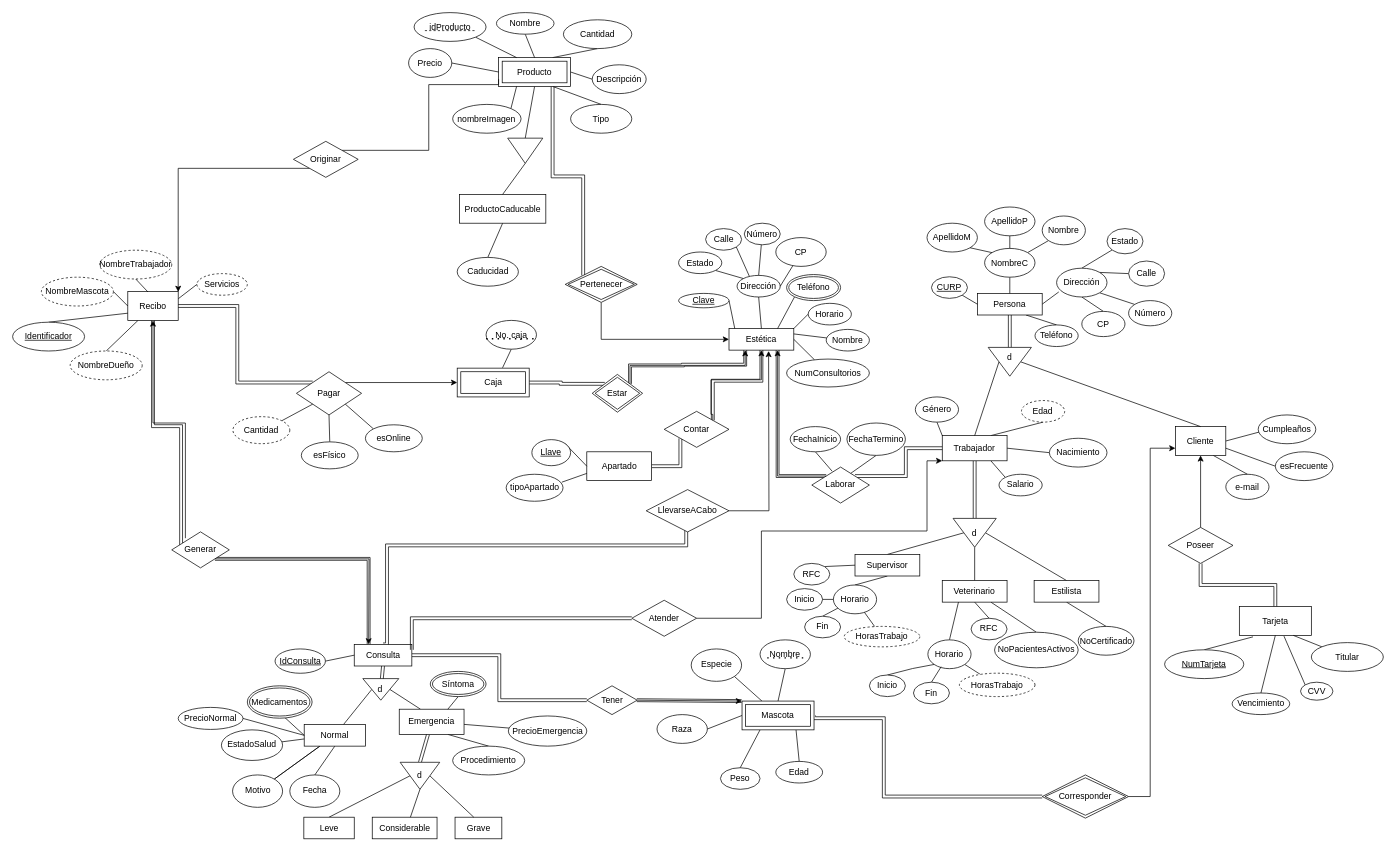
The draw.io diagram ERAlfa.drawio in FBD-Alfa/Practica03, before the edit. Source tidied: cells renumbered, new cells numbered last; positions are measured from the earlier drawing's top-left corner, leaving out a move shared by most shapes. Both pictures are drawn from the tidied source at 72%, with x=0, y=0 at pixel (12, 12).
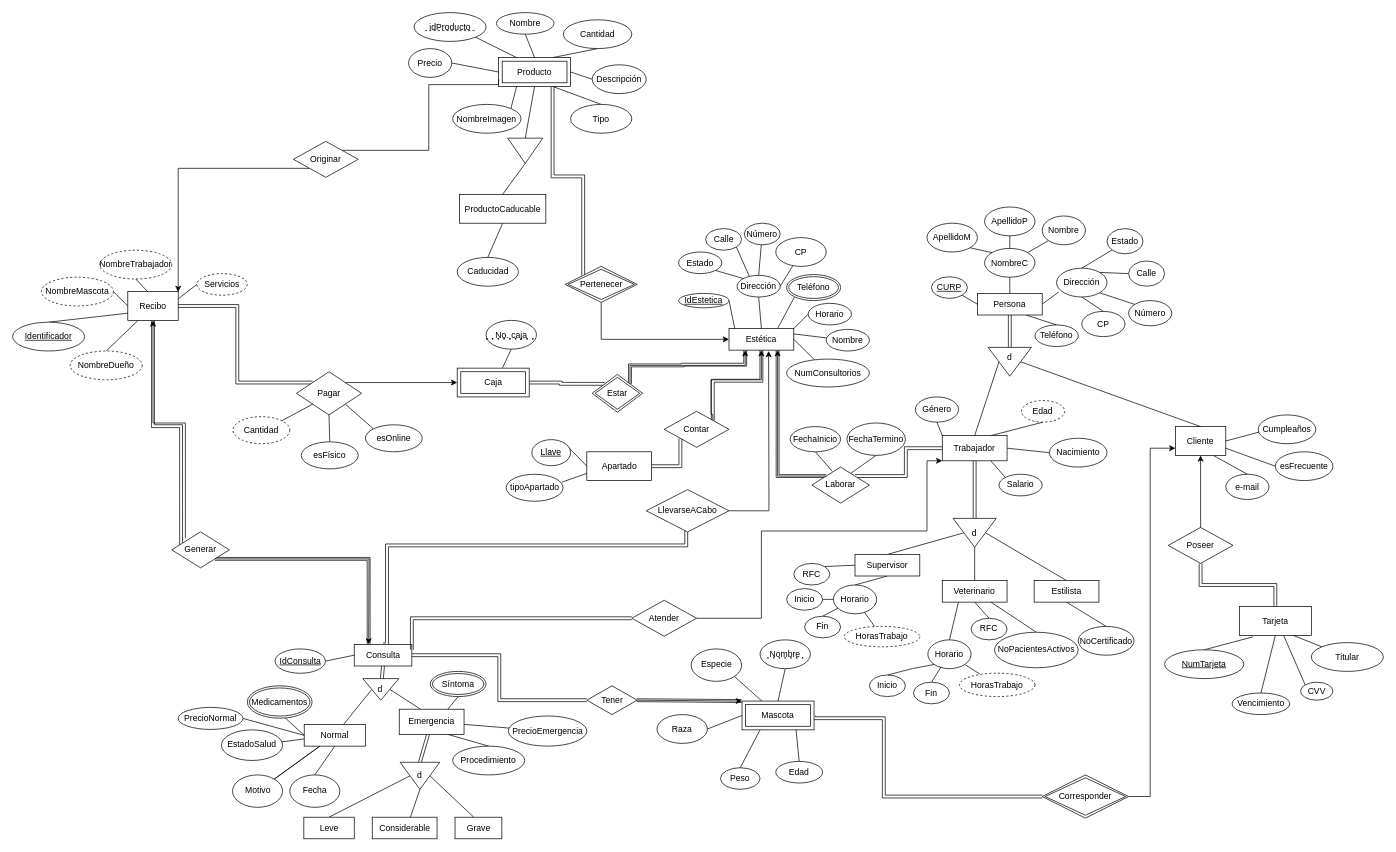
The same page after the edit.

Commit message:
Atributos de una sola palabra 2

Change to the diagram source:
```diff
@@
-    <mxCell id="84" value="Clave" style="ellipse;whiteSpace=wrap;html=1;align=center;fontStyle=4;" parent="1" vertex="1">
+    <mxCell id="84" value="IdEstetica" style="ellipse;whiteSpace=wrap;html=1;align=center;fontStyle=4;" parent="1" vertex="1">
       <mxGeometry x="925" y="390" width="70" height="20" as="geometry" />
     </mxCell>
@@
-    <mxCell id="185" value="&lt;div&gt;nombreImagen&lt;/div&gt;" style="ellipse;whiteSpace=wrap;html=1;align=center;" parent="1" vertex="1">
+    <mxCell id="185" value="&lt;div&gt;NombreImagen&lt;/div&gt;" style="ellipse;whiteSpace=wrap;html=1;align=center;" parent="1" vertex="1">
       <mxGeometry x="611.2" y="127.5" width="95" height="40" as="geometry" />
     </mxCell>
```
